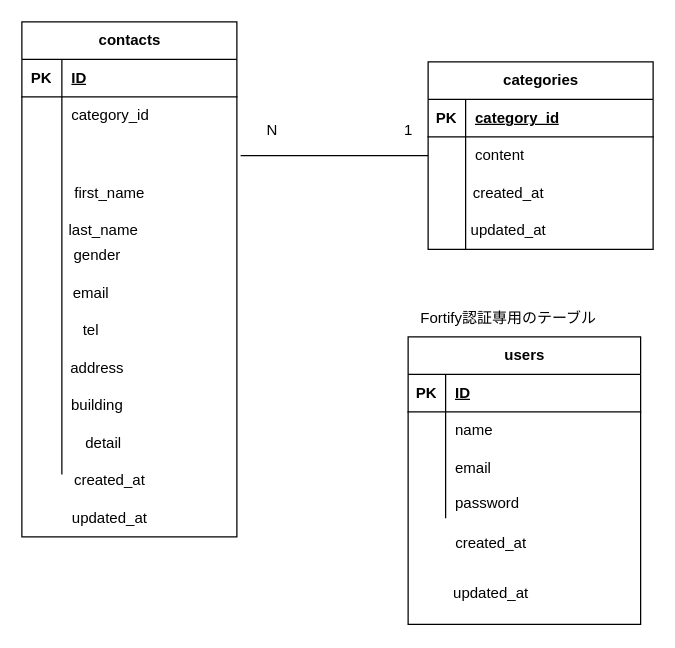
takayuki2025/test01 keeps this draw.io diagram as src/test01.drawio. Above is the earlier version. Source tidied: cells renumbered, new cells numbered last; positions are measured from the earlier drawing's top-left corner, leaving out a move shared by most shapes. Both pictures are drawn from the tidied source at 125%, with x=0, y=0 at pixel (21, 21).
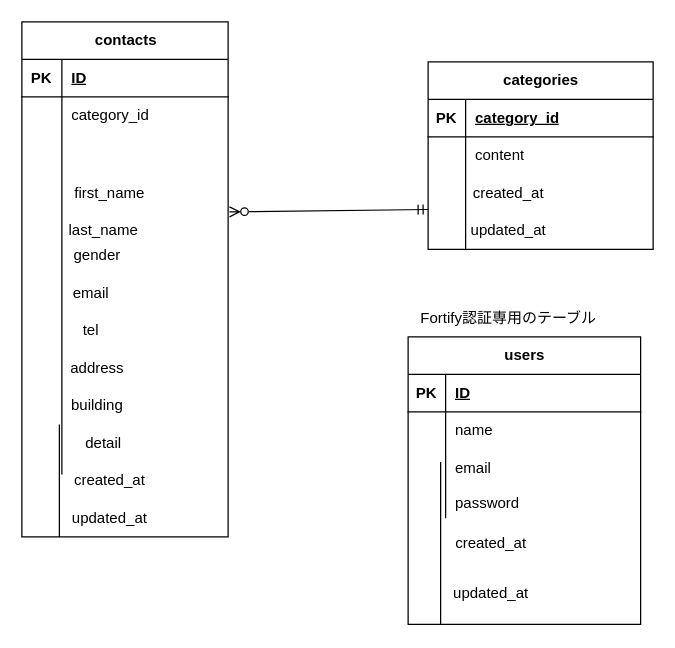
After the change.

Diff of the diagram source:
```diff
@@
     <mxCell id="2" value="contacts" style="shape=table;startSize=30;childLayout=tableLayout;rowLines=0;fontStyle=1;align=center;html=1;" parent="1" vertex="1">
-      <mxGeometry width="172" height="412" as="geometry" />
+      <mxGeometry width="165" height="412" as="geometry" />
     </mxCell>
     <mxCell id="3" style="shape=tableRow;horizontal=0;startSize=0;swimlaneHead=0;swimlaneBody=0;fillColor=none;top=0;left=0;right=0;bottom=1;" parent="2" vertex="1">
-      <mxGeometry y="30" width="172" height="30" as="geometry" />
+      <mxGeometry y="30" width="165" height="30" as="geometry" />
     </mxCell>
@@
     <mxCell id="5" value="ID" style="shape=partialRectangle;fillColor=none;top=0;left=0;bottom=0;right=0;align=left;spacingLeft=6;fontStyle=5;overflow=hidden;whiteSpace=wrap;html=1;" parent="3" vertex="1">
-      <mxGeometry x="32" width="140" height="30" as="geometry" />
+      <mxGeometry x="32" width="133" height="30" as="geometry" />
     </mxCell>
     <mxCell id="6" style="shape=tableRow;horizontal=0;startSize=0;swimlaneHead=0;swimlaneBody=0;fillColor=none;top=0;left=0;right=0;bottom=0;" parent="2" vertex="1">
-      <mxGeometry y="60" width="172" height="30" as="geometry" />
+      <mxGeometry y="60" width="165" height="30" as="geometry" />
     </mxCell>
@@
     <mxCell id="8" value="category_id" style="shape=partialRectangle;fillColor=none;top=0;left=0;bottom=0;right=0;align=left;spacingLeft=6;overflow=hidden;whiteSpace=wrap;html=1;" parent="6" vertex="1">
-      <mxGeometry x="32" width="140" height="30" as="geometry" />
+      <mxGeometry x="32" width="133" height="30" as="geometry" />
     </mxCell>
     <mxCell id="9" style="shape=tableRow;horizontal=0;startSize=0;swimlaneHead=0;swimlaneBody=0;fillColor=none;top=0;left=0;right=0;bottom=0;" parent="2" vertex="1">
-      <mxGeometry y="90" width="172" height="30" as="geometry" />
+      <mxGeometry y="90" width="165" height="30" as="geometry" />
     </mxCell>
@@
     <mxCell id="11" style="shape=partialRectangle;fillColor=none;top=0;left=0;bottom=0;right=0;align=left;spacingLeft=6;overflow=hidden;whiteSpace=wrap;html=1;" parent="9" vertex="1">
-      <mxGeometry x="32" width="140" height="30" as="geometry" />
+      <mxGeometry x="32" width="133" height="30" as="geometry" />
     </mxCell>
     <mxCell id="12" style="shape=tableRow;horizontal=0;startSize=0;swimlaneHead=0;swimlaneBody=0;fillColor=none;top=0;left=0;right=0;bottom=0;" parent="2" vertex="1">
-      <mxGeometry y="120" width="172" height="242" as="geometry" />
+      <mxGeometry y="120" width="165" height="242" as="geometry" />
     </mxCell>
@@
     <mxCell id="14" style="shape=partialRectangle;fillColor=none;top=0;left=0;bottom=0;right=0;align=left;spacingLeft=6;overflow=hidden;whiteSpace=wrap;html=1;" parent="12" vertex="1">
-      <mxGeometry x="32" width="140" height="242" as="geometry" />
+      <mxGeometry x="32" width="133" height="242" as="geometry" />
     </mxCell>
@@
-    <mxCell id="49" style="line;strokeWidth=1;dashed=0;labelPosition=right;align=left;verticalAlign=middle;spacingTop=0;spacingLeft=6;strokeColor=default;" parent="1" vertex="1">
-      <mxGeometry x="175" y="102" width="150" height="10" as="geometry" />
-    </mxCell>
-    <mxCell id="50" value="1" style="text;html=1;align=center;verticalAlign=middle;strokeColor=none;fillColor=none;" parent="1" vertex="1">
-      <mxGeometry x="294" y="72" width="30" height="30" as="geometry" />
-    </mxCell>
-    <mxCell id="51" value="N" style="text;html=1;align=center;verticalAlign=middle;strokeColor=none;fillColor=none;" parent="1" vertex="1">
-      <mxGeometry x="185" y="72" width="30" height="30" as="geometry" />
-    </mxCell>
@@
+    <mxCell id="59" style="endArrow=none;html=1;" parent="1" edge="1">
+      <mxGeometry relative="1" as="geometry">
+        <mxPoint x="30" y="412" as="sourcePoint" />
+        <mxPoint x="30" y="322" as="targetPoint" />
+      </mxGeometry>
+    </mxCell>
+    <mxCell id="60" style="endArrow=ERmandOne;html=1;entryX=0.033;entryY=-0.033;entryDx=0;entryDy=0;entryPerimeter=0;exitX=1;exitY=0.136;exitDx=0;exitDy=0;exitPerimeter=0;startArrow=ERzeroToMany;startFill=0;endFill=0;" parent="1" edge="1">
+      <mxGeometry relative="1" as="geometry">
+        <mxPoint x="166.1" y="152" as="sourcePoint" />
+        <mxPoint x="325" y="150.1" as="targetPoint" />
+      </mxGeometry>
+    </mxCell>
+    <mxCell id="61" style="endArrow=none;html=1;" parent="1" edge="1">
+      <mxGeometry relative="1" as="geometry">
+        <mxPoint x="335" y="482" as="sourcePoint" />
+        <mxPoint x="335" y="352" as="targetPoint" />
+      </mxGeometry>
+    </mxCell>
```
